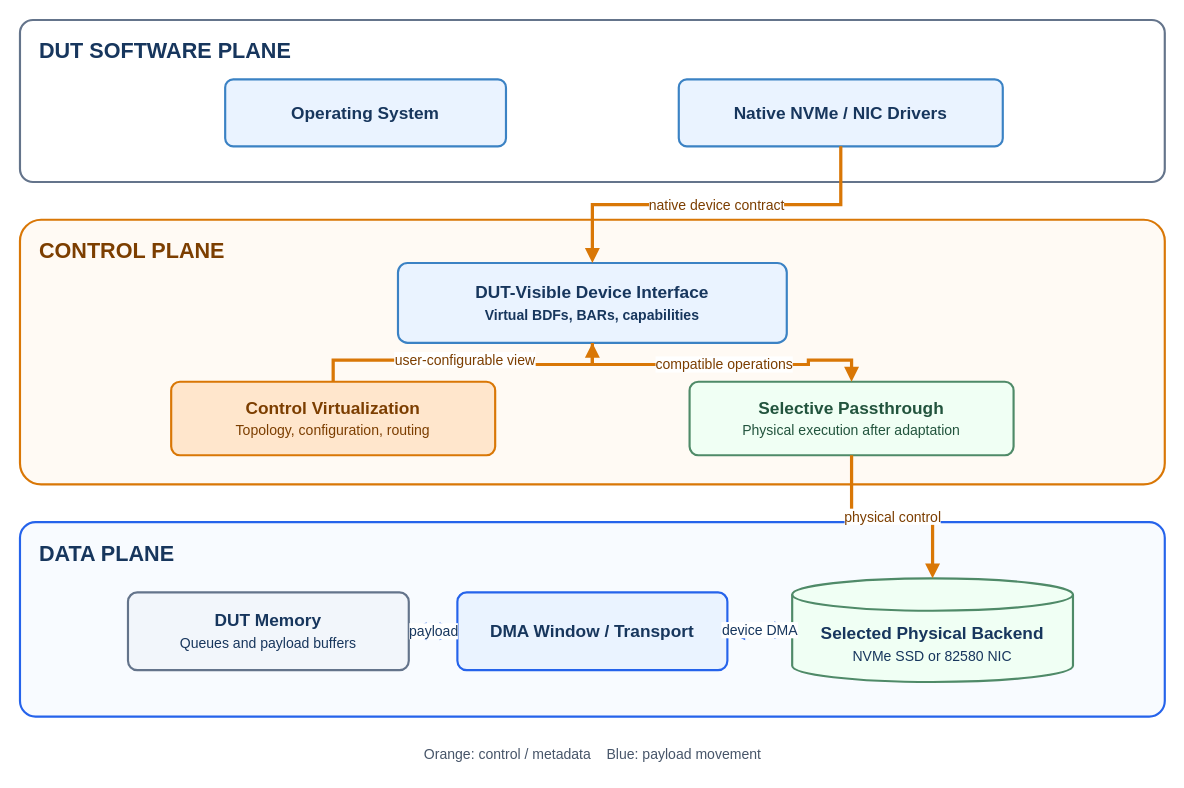
Above: figures/three_planes.drawio in Nullray/SCOPE_FPGA2027_draft (draw.io), before the change. Source tidied: cells renumbered, new cells numbered last; positions are measured from the earlier drawing's top-left corner, leaving out a move shared by most shapes. Both pictures are drawn from the tidied source at 108%, with x=0, y=0 at pixel (19, 19).
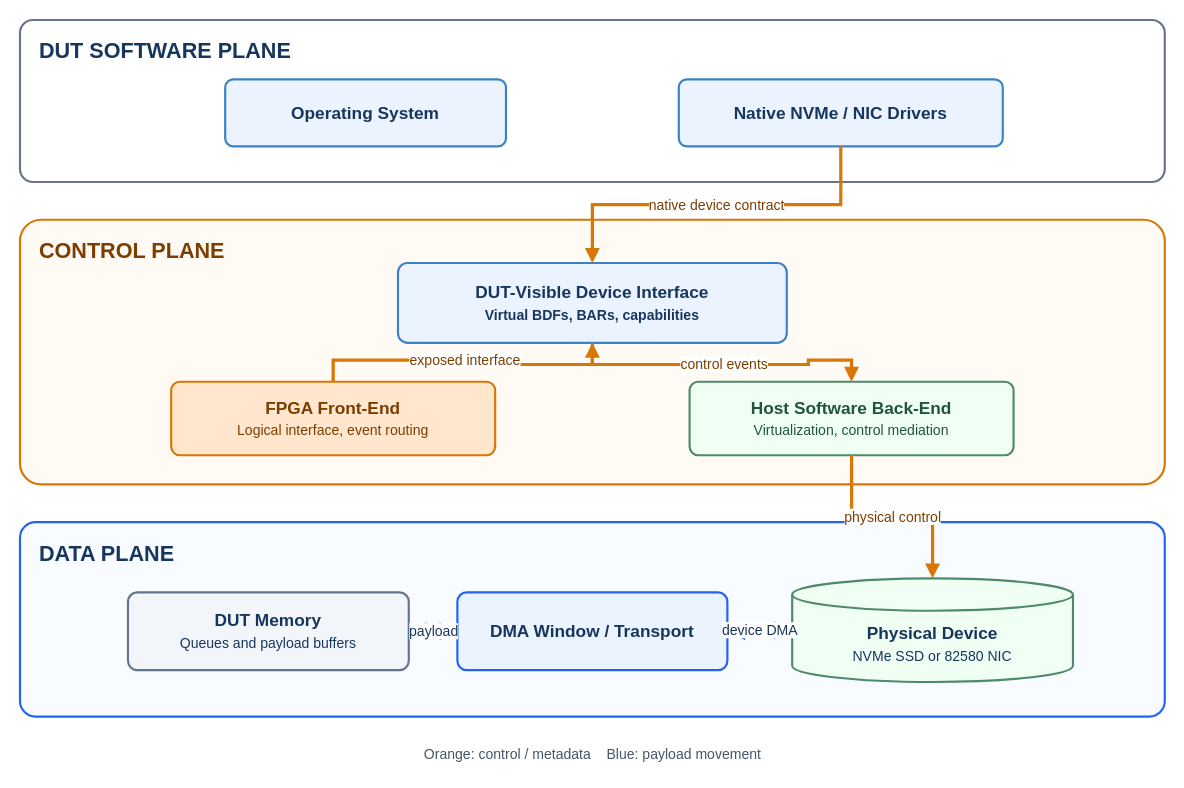
Above is the later version.

The edit, as a diff of the source:
```diff
@@
 <mxGraphModel>
   <root>
     <mxCell id="0" />
     <mxCell id="1" parent="0" />
     <mxCell id="2" value="DUT SOFTWARE PLANE" style="rounded=1;whiteSpace=wrap;html=1;verticalAlign=top;align=left;spacingTop=10;spacingLeft=16;fontSize=20;fontStyle=1;fontColor=#17365D;fillColor=#FFFFFF;strokeColor=#64748B;strokeWidth=2;arcSize=8;" parent="1" vertex="1">
       <mxGeometry width="1060" height="150" as="geometry" />
     </mxCell>
     <mxCell id="3" value="Operating System" style="rounded=1;whiteSpace=wrap;html=1;fontSize=16;fontStyle=1;fontColor=#17365D;fillColor=#EAF3FF;strokeColor=#3B82C4;strokeWidth=2;arcSize=12;" parent="1" vertex="1">
       <mxGeometry x="190" y="55" width="260" height="62" as="geometry" />
     </mxCell>
     <mxCell id="4" value="Native NVMe / NIC Drivers" style="rounded=1;whiteSpace=wrap;html=1;fontSize=16;fontStyle=1;fontColor=#17365D;fillColor=#EAF3FF;strokeColor=#3B82C4;strokeWidth=2;arcSize=12;" parent="1" vertex="1">
       <mxGeometry x="610" y="55" width="300" height="62" as="geometry" />
     </mxCell>
     <mxCell id="5" value="CONTROL PLANE" style="rounded=1;whiteSpace=wrap;html=1;verticalAlign=top;align=left;spacingTop=10;spacingLeft=16;fontSize=20;fontStyle=1;fontColor=#7C3E00;fillColor=#FFFAF4;strokeColor=#D97706;strokeWidth=2;arcSize=8;" parent="1" vertex="1">
       <mxGeometry y="185" width="1060" height="245" as="geometry" />
     </mxCell>
     <mxCell id="6" value="DUT-Visible Device Interface&lt;br&gt;&lt;font style=&quot;font-size:13px&quot;&gt;Virtual BDFs, BARs, capabilities&lt;/font&gt;" style="rounded=1;whiteSpace=wrap;html=1;fontSize=16;fontStyle=1;fontColor=#17365D;fillColor=#EAF3FF;strokeColor=#3B82C4;strokeWidth=2;arcSize=12;" parent="1" vertex="1">
       <mxGeometry x="350" y="225" width="360" height="74" as="geometry" />
     </mxCell>
-    <mxCell id="7" value="Control Virtualization&lt;br&gt;&lt;font style=&quot;font-size:13px;font-weight:normal&quot;&gt;Topology, configuration, routing&lt;/font&gt;" style="rounded=1;whiteSpace=wrap;html=1;fontSize=16;fontStyle=1;fontColor=#7C3E00;fillColor=#FFE6CC;strokeColor=#D97706;strokeWidth=2;arcSize=12;" parent="1" vertex="1">
+    <mxCell id="7" value="FPGA Front-End&lt;br&gt;&lt;font style=&quot;font-size:13px;font-weight:normal&quot;&gt;Logical interface, event routing&lt;/font&gt;" style="rounded=1;whiteSpace=wrap;html=1;fontSize=16;fontStyle=1;fontColor=#7C3E00;fillColor=#FFE6CC;strokeColor=#D97706;strokeWidth=2;arcSize=12;" parent="1" vertex="1">
       <mxGeometry x="140" y="335" width="300" height="68" as="geometry" />
     </mxCell>
-    <mxCell id="8" value="Selective Passthrough&lt;br&gt;&lt;font style=&quot;font-size:13px;font-weight:normal&quot;&gt;Physical execution after adaptation&lt;/font&gt;" style="rounded=1;whiteSpace=wrap;html=1;fontSize=16;fontStyle=1;fontColor=#22543D;fillColor=#F0FFF4;strokeColor=#4F8A68;strokeWidth=2;arcSize=12;" parent="1" vertex="1">
+    <mxCell id="8" value="Host Software Back-End&lt;br&gt;&lt;font style=&quot;font-size:13px;font-weight:normal&quot;&gt;Virtualization, control mediation&lt;/font&gt;" style="rounded=1;whiteSpace=wrap;html=1;fontSize=16;fontStyle=1;fontColor=#22543D;fillColor=#F0FFF4;strokeColor=#4F8A68;strokeWidth=2;arcSize=12;" parent="1" vertex="1">
       <mxGeometry x="620" y="335" width="300" height="68" as="geometry" />
     </mxCell>
     <mxCell id="9" value="DATA PLANE" style="rounded=1;whiteSpace=wrap;html=1;verticalAlign=top;align=left;spacingTop=10;spacingLeft=16;fontSize=20;fontStyle=1;fontColor=#17365D;fillColor=#F8FBFF;strokeColor=#2563EB;strokeWidth=2;arcSize=8;" parent="1" vertex="1">
       <mxGeometry y="465" width="1060" height="180" as="geometry" />
     </mxCell>
     <mxCell id="10" value="DUT Memory&lt;br&gt;&lt;font style=&quot;font-size:13px;font-weight:normal&quot;&gt;Queues and payload buffers&lt;/font&gt;" style="rounded=1;whiteSpace=wrap;html=1;fontSize=16;fontStyle=1;fontColor=#17365D;fillColor=#F2F6FB;strokeColor=#64748B;strokeWidth=2;arcSize=12;" parent="1" vertex="1">
       <mxGeometry x="100" y="530" width="260" height="72" as="geometry" />
     </mxCell>
     <mxCell id="11" value="DMA Window / Transport" style="rounded=1;whiteSpace=wrap;html=1;fontSize=16;fontStyle=1;fontColor=#17365D;fillColor=#EAF3FF;strokeColor=#2563EB;strokeWidth=2;arcSize=12;" parent="1" vertex="1">
       <mxGeometry x="405" y="530" width="250" height="72" as="geometry" />
     </mxCell>
-    <mxCell id="12" value="Selected Physical Backend&lt;br&gt;&lt;font style=&quot;font-size:13px;font-weight:normal&quot;&gt;NVMe SSD or 82580 NIC&lt;/font&gt;" style="shape=cylinder3;whiteSpace=wrap;html=1;boundedLbl=1;backgroundOutline=1;fontSize=16;fontStyle=1;fontColor=#17365D;fillColor=#F0FFF4;strokeColor=#4F8A68;strokeWidth=2;" parent="1" vertex="1">
+    <mxCell id="12" value="Physical Device&lt;br&gt;&lt;font style=&quot;font-size:13px;font-weight:normal&quot;&gt;NVMe SSD or 82580 NIC&lt;/font&gt;" style="shape=cylinder3;whiteSpace=wrap;html=1;boundedLbl=1;backgroundOutline=1;fontSize=16;fontStyle=1;fontColor=#17365D;fillColor=#F0FFF4;strokeColor=#4F8A68;strokeWidth=2;" parent="1" vertex="1">
       <mxGeometry x="715" y="517" width="260" height="96" as="geometry" />
     </mxCell>
     <mxCell id="13" value="native device contract" style="edgeStyle=orthogonalEdgeStyle;rounded=0;jettySize=auto;html=1;strokeColor=#D97706;strokeWidth=3;endArrow=block;endFill=1;fontSize=13;fontColor=#7C3E00;labelBackgroundColor=#FFFFFF;" parent="1" edge="1" source="4" target="6">
       <mxGeometry relative="1" as="geometry" />
     </mxCell>
-    <mxCell id="14" value="user-configurable view" style="edgeStyle=orthogonalEdgeStyle;rounded=0;jettySize=auto;html=1;strokeColor=#D97706;strokeWidth=3;endArrow=block;endFill=1;fontSize=13;fontColor=#7C3E00;labelBackgroundColor=#FFFFFF;" parent="1" edge="1" source="7" target="6">
+    <mxCell id="14" value="exposed interface" style="edgeStyle=orthogonalEdgeStyle;rounded=0;jettySize=auto;html=1;strokeColor=#D97706;strokeWidth=3;endArrow=block;endFill=1;fontSize=13;fontColor=#7C3E00;labelBackgroundColor=#FFFFFF;" parent="1" edge="1" source="7" target="6">
       <mxGeometry relative="1" as="geometry" />
     </mxCell>
-    <mxCell id="15" value="compatible operations" style="edgeStyle=orthogonalEdgeStyle;rounded=0;jettySize=auto;html=1;strokeColor=#D97706;strokeWidth=3;endArrow=block;endFill=1;fontSize=13;fontColor=#7C3E00;labelBackgroundColor=#FFFFFF;" parent="1" edge="1" source="6" target="8">
+    <mxCell id="15" value="control events" style="edgeStyle=orthogonalEdgeStyle;rounded=0;jettySize=auto;html=1;strokeColor=#D97706;strokeWidth=3;endArrow=block;endFill=1;fontSize=13;fontColor=#7C3E00;labelBackgroundColor=#FFFFFF;" parent="1" edge="1" source="6" target="8">
       <mxGeometry relative="1" as="geometry" />
     </mxCell>
     <mxCell id="16" value="physical control" style="edgeStyle=orthogonalEdgeStyle;rounded=0;jettySize=auto;html=1;strokeColor=#D97706;strokeWidth=3;endArrow=block;endFill=1;fontSize=13;fontColor=#7C3E00;labelBackgroundColor=#FFFFFF;" parent="1" edge="1" source="8" target="12">
       <mxGeometry relative="1" as="geometry" />
     </mxCell>
     <mxCell id="17" value="payload" style="edgeStyle=orthogonalEdgeStyle;rounded=0;jettySize=auto;html=1;strokeColor=#2563EB;strokeWidth=4;startArrow=block;startFill=1;endArrow=block;endFill=1;fontSize=13;fontColor=#17365D;labelBackgroundColor=#FFFFFF;" parent="1" edge="1" source="10" target="11">
       <mxGeometry relative="1" as="geometry" />
     </mxCell>
     <mxCell id="18" value="device DMA" style="edgeStyle=orthogonalEdgeStyle;rounded=0;jettySize=auto;html=1;strokeColor=#2563EB;strokeWidth=4;startArrow=block;startFill=1;endArrow=block;endFill=1;fontSize=13;fontColor=#17365D;labelBackgroundColor=#FFFFFF;" parent="1" edge="1" source="11" target="12">
       <mxGeometry relative="1" as="geometry" />
     </mxCell>
     <mxCell id="19" value="Orange: control / metadata&amp;nbsp;&amp;nbsp;&amp;nbsp; Blue: payload movement" style="text;html=1;strokeColor=none;fillColor=none;align=center;verticalAlign=middle;fontSize=13;fontColor=#475569;" parent="1" vertex="1">
       <mxGeometry x="320" y="665" width="420" height="30" as="geometry" />
     </mxCell>
   </root>
 </mxGraphModel>
```
